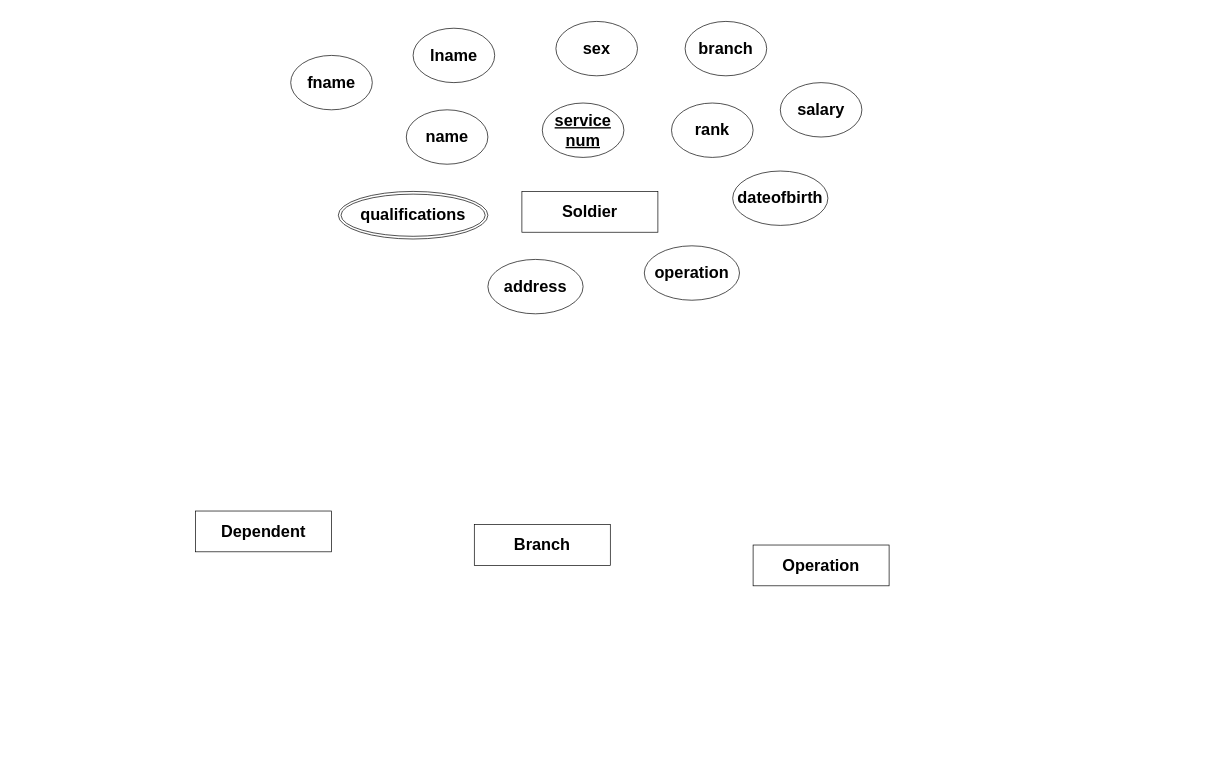
Before: ER_diagram.drawio in powerm9/InfoManCa, a draw.io diagram. Source tidied: cells renumbered, new cells numbered last; positions are measured from the earlier drawing's top-left corner, leaving out a move shared by most shapes. Both pictures are drawn from the tidied source at 68%, with x=0, y=0 at pixel (195, 21).
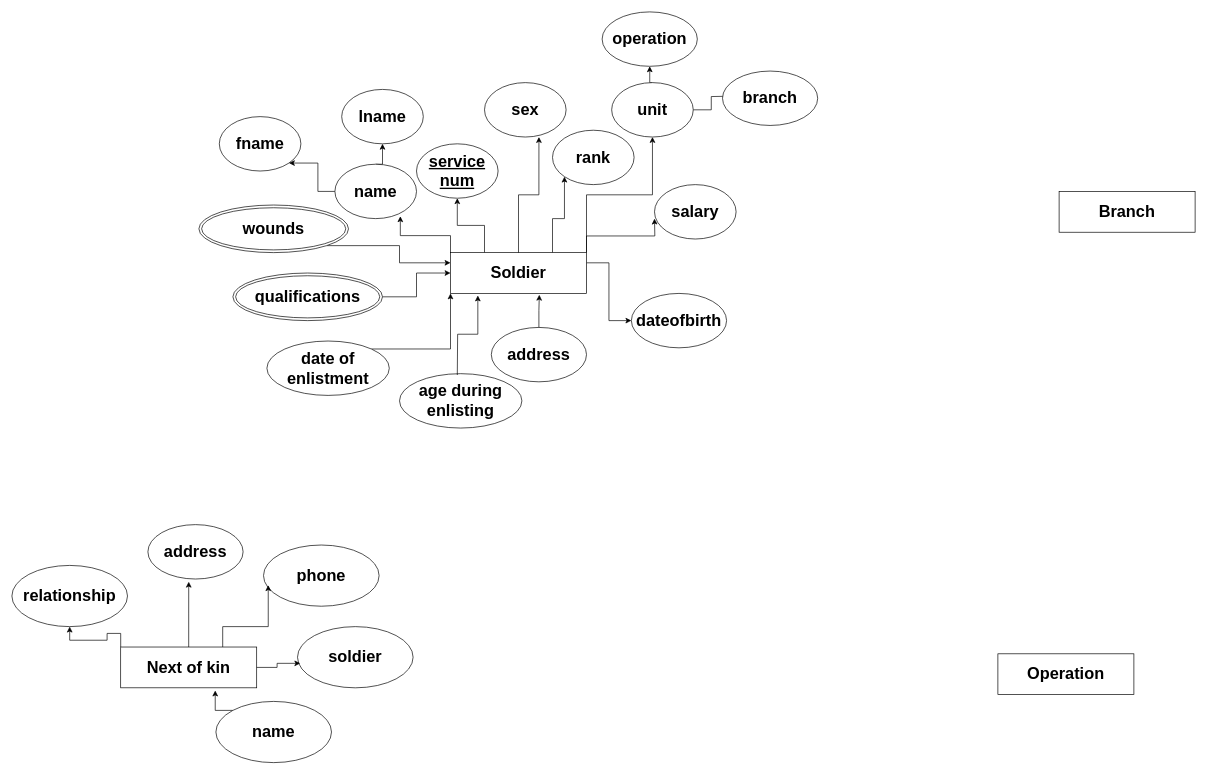
After the change.

Diff of the diagram source:
```diff
@@
+    <mxCell id="19" style="edgeStyle=orthogonalEdgeStyle;rounded=0;jettySize=auto;html=1;exitX=0.25;exitY=0;exitDx=0;exitDy=0;" parent="1" edge="1" source="2" target="10">
+      <mxGeometry relative="1" as="geometry" />
+    </mxCell>
+    <mxCell id="20" style="edgeStyle=orthogonalEdgeStyle;rounded=0;jettySize=auto;html=1;exitX=0.75;exitY=0;exitDx=0;exitDy=0;entryX=0;entryY=1;entryDx=0;entryDy=0;" parent="1" edge="1" source="2" target="11">
+      <mxGeometry relative="1" as="geometry" />
+    </mxCell>
+    <mxCell id="21" style="edgeStyle=orthogonalEdgeStyle;rounded=0;jettySize=auto;html=1;exitX=1;exitY=0;exitDx=0;exitDy=0;entryX=0.5;entryY=1;entryDx=0;entryDy=0;" parent="1" edge="1" source="2" target="13">
+      <mxGeometry relative="1" as="geometry" />
+    </mxCell>
+    <mxCell id="22" style="edgeStyle=orthogonalEdgeStyle;rounded=0;jettySize=auto;html=1;exitX=1;exitY=0.25;exitDx=0;exitDy=0;entryX=0;entryY=0.5;entryDx=0;entryDy=0;" parent="1" edge="1" source="2" target="15">
+      <mxGeometry relative="1" as="geometry" />
+    </mxCell>
+    <mxCell id="23" style="edgeStyle=orthogonalEdgeStyle;rounded=0;jettySize=auto;html=1;exitX=1;exitY=0;exitDx=0;exitDy=0;" parent="1" edge="1" source="2">
+      <mxGeometry relative="1" as="geometry">
+        <mxPoint x="675" y="290" as="targetPoint" />
+      </mxGeometry>
+    </mxCell>
-    <mxCell id="2" value="&lt;h1&gt;Soldier&lt;br&gt;&lt;/h1&gt;" style="rounded=0;whiteSpace=wrap;html=1;" parent="1" vertex="1">
-      <mxGeometry x="480" y="250" width="200" height="60" as="geometry" />
+    <mxCell id="2" value="&lt;h1&gt;Soldier&lt;br&gt;&lt;/h1&gt;" style="rounded=0;whiteSpace=wrap;html=1;fontStyle=1;" parent="1" vertex="1">
+      <mxGeometry x="375" y="340" width="200" height="60" as="geometry" />
     </mxCell>
     <mxCell id="3" value="&lt;h1&gt;Branch&lt;br&gt;&lt;/h1&gt;" style="rounded=0;whiteSpace=wrap;html=1;" parent="1" vertex="1">
-      <mxGeometry x="410" y="740" width="200" height="60" as="geometry" />
+      <mxGeometry x="1270" y="250" width="200" height="60" as="geometry" />
     </mxCell>
+    <mxCell id="24" style="edgeStyle=orthogonalEdgeStyle;rounded=0;jettySize=auto;html=1;exitX=0;exitY=0;exitDx=0;exitDy=0;entryX=0.5;entryY=1;entryDx=0;entryDy=0;" parent="1" edge="1" source="4" target="30">
+      <mxGeometry relative="1" as="geometry" />
+    </mxCell>
-    <mxCell id="4" value="&lt;h1&gt;Dependent&lt;br&gt;&lt;/h1&gt;" style="rounded=0;whiteSpace=wrap;html=1;" parent="1" vertex="1">
-      <mxGeometry y="720" width="200" height="60" as="geometry" />
+    <mxCell id="4" value="&lt;h1&gt;Next of kin&lt;br&gt;&lt;/h1&gt;" style="rounded=0;whiteSpace=wrap;html=1;" parent="1" vertex="1">
+      <mxGeometry x="-110" y="920" width="200" height="60" as="geometry" />
     </mxCell>
     <mxCell id="5" value="&lt;h1&gt;Operation&lt;br&gt;&lt;/h1&gt;" style="rounded=0;whiteSpace=wrap;html=1;" parent="1" vertex="1">
-      <mxGeometry x="820" y="770" width="200" height="60" as="geometry" />
+      <mxGeometry x="1180" y="930" width="200" height="60" as="geometry" />
     </mxCell>
     <mxCell id="6" value="&lt;h1&gt;fname&lt;br&gt;&lt;/h1&gt;" style="ellipse;whiteSpace=wrap;html=1;" parent="1" vertex="1">
-      <mxGeometry x="140" y="50" width="120" height="80" as="geometry" />
+      <mxGeometry x="35" y="140" width="120" height="80" as="geometry" />
     </mxCell>
+    <mxCell id="25" style="edgeStyle=orthogonalEdgeStyle;rounded=0;jettySize=auto;html=1;exitX=0;exitY=0.5;exitDx=0;exitDy=0;entryX=1;entryY=1;entryDx=0;entryDy=0;" parent="1" edge="1" source="7" target="6">
+      <mxGeometry relative="1" as="geometry" />
+    </mxCell>
+    <mxCell id="26" style="edgeStyle=orthogonalEdgeStyle;rounded=0;jettySize=auto;html=1;exitX=0.5;exitY=0;exitDx=0;exitDy=0;entryX=0.5;entryY=1;entryDx=0;entryDy=0;" parent="1" edge="1" source="7" target="9">
+      <mxGeometry relative="1" as="geometry" />
+    </mxCell>
     <mxCell id="7" value="&lt;h1&gt;name&lt;br&gt;&lt;/h1&gt;" style="ellipse;whiteSpace=wrap;html=1;" parent="1" vertex="1">
-      <mxGeometry x="310" y="130" width="120" height="80" as="geometry" />
+      <mxGeometry x="205" y="210" width="120" height="80" as="geometry" />
     </mxCell>
@@
     <mxCell id="9" value="&lt;h1&gt;lname&lt;br&gt;&lt;/h1&gt;" style="ellipse;whiteSpace=wrap;html=1;" parent="1" vertex="1">
-      <mxGeometry x="320" y="10" width="120" height="80" as="geometry" />
+      <mxGeometry x="215" y="100" width="120" height="80" as="geometry" />
     </mxCell>
     <mxCell id="10" value="&lt;h1&gt;&lt;u&gt;service num&lt;/u&gt;&lt;br&gt;&lt;/h1&gt;" style="ellipse;whiteSpace=wrap;html=1;" parent="1" vertex="1">
-      <mxGeometry x="510" y="120" width="120" height="80" as="geometry" />
+      <mxGeometry x="325" y="180" width="120" height="80" as="geometry" />
     </mxCell>
     <mxCell id="11" value="&lt;h1&gt;rank&lt;br&gt;&lt;/h1&gt;" style="ellipse;whiteSpace=wrap;html=1;" parent="1" vertex="1">
-      <mxGeometry x="700" y="120" width="120" height="80" as="geometry" />
+      <mxGeometry x="525" y="160" width="120" height="80" as="geometry" />
     </mxCell>
     <mxCell id="12" value="&lt;h1&gt;sex&lt;br&gt;&lt;/h1&gt;" style="ellipse;whiteSpace=wrap;html=1;" parent="1" vertex="1">
-      <mxGeometry x="530" width="120" height="80" as="geometry" />
+      <mxGeometry x="425" y="90" width="120" height="80" as="geometry" />
     </mxCell>
+    <mxCell id="27" style="edgeStyle=orthogonalEdgeStyle;rounded=0;jettySize=auto;html=1;exitX=1;exitY=0.5;exitDx=0;exitDy=0;entryX=0;entryY=0.5;entryDx=0;entryDy=0;" parent="1" edge="1" source="13">
+      <mxGeometry relative="1" as="geometry">
+        <mxPoint x="785" y="110" as="targetPoint" />
+      </mxGeometry>
+    </mxCell>
+    <mxCell id="28" style="edgeStyle=orthogonalEdgeStyle;rounded=0;jettySize=auto;html=1;exitX=0.5;exitY=0;exitDx=0;exitDy=0;entryX=0.5;entryY=1;entryDx=0;entryDy=0;" parent="1" edge="1" source="13" target="16">
+      <mxGeometry relative="1" as="geometry" />
+    </mxCell>
-    <mxCell id="13" value="&lt;h1&gt;branch&lt;br&gt;&lt;/h1&gt;" style="ellipse;whiteSpace=wrap;html=1;" parent="1" vertex="1">
-      <mxGeometry x="720" width="120" height="80" as="geometry" />
+    <mxCell id="13" value="&lt;h1&gt;unit&lt;br&gt;&lt;/h1&gt;" style="ellipse;whiteSpace=wrap;html=1;" parent="1" vertex="1">
+      <mxGeometry x="612" y="90" width="120" height="80" as="geometry" />
     </mxCell>
     <mxCell id="14" value="&lt;h1&gt;salary&lt;br&gt;&lt;/h1&gt;" style="ellipse;whiteSpace=wrap;html=1;" parent="1" vertex="1">
-      <mxGeometry x="860" y="90" width="120" height="80" as="geometry" />
+      <mxGeometry x="675" y="240" width="120" height="80" as="geometry" />
     </mxCell>
     <mxCell id="15" value="&lt;h1&gt;dateofbirth&lt;br&gt;&lt;/h1&gt;" style="ellipse;whiteSpace=wrap;html=1;" parent="1" vertex="1">
-      <mxGeometry x="790" y="220" width="140" height="80" as="geometry" />
+      <mxGeometry x="641" y="400" width="140" height="80" as="geometry" />
     </mxCell>
+    <mxCell id="17" value="&lt;h1&gt;address&lt;br&gt;&lt;/h1&gt;" style="ellipse;whiteSpace=wrap;html=1;" parent="1" vertex="1">
+      <mxGeometry x="435" y="450" width="140" height="80" as="geometry" />
+    </mxCell>
+    <mxCell id="29" style="edgeStyle=orthogonalEdgeStyle;rounded=0;jettySize=auto;html=1;exitX=1;exitY=0.5;exitDx=0;exitDy=0;" parent="1" edge="1" source="18" target="2">
+      <mxGeometry relative="1" as="geometry" />
+    </mxCell>
+    <mxCell id="18" value="&lt;h1&gt;qualifications&lt;br&gt;&lt;/h1&gt;" style="ellipse;shape=doubleEllipse;whiteSpace=wrap;html=1;" parent="1" vertex="1">
+      <mxGeometry x="55" y="370" width="220" height="70" as="geometry" />
+    </mxCell>
+    <mxCell id="30" value="&lt;h1&gt;relationship&lt;br&gt;&lt;/h1&gt;" style="ellipse;whiteSpace=wrap;html=1;" parent="1" vertex="1">
+      <mxGeometry x="-270" y="800" width="170" height="90" as="geometry" />
+    </mxCell>
+    <mxCell id="31" value="&lt;h1&gt;address&lt;br&gt;&lt;/h1&gt;" style="ellipse;whiteSpace=wrap;html=1;" parent="1" vertex="1">
+      <mxGeometry x="-70" y="740" width="140" height="80" as="geometry" />
+    </mxCell>
+    <mxCell id="32" value="&lt;h1&gt;phone&lt;br&gt;&lt;/h1&gt;" style="ellipse;whiteSpace=wrap;html=1;" parent="1" vertex="1">
+      <mxGeometry x="100" y="770" width="170" height="90" as="geometry" />
+    </mxCell>
+    <mxCell id="33" value="&lt;h1&gt;soldier&lt;br&gt;&lt;/h1&gt;" style="ellipse;whiteSpace=wrap;html=1;" parent="1" vertex="1">
+      <mxGeometry x="150" y="890" width="170" height="90" as="geometry" />
+    </mxCell>
+    <mxCell id="34" style="edgeStyle=orthogonalEdgeStyle;rounded=0;jettySize=auto;html=1;exitX=0;exitY=0;exitDx=0;exitDy=0;" parent="1" edge="1" source="35">
+      <mxGeometry relative="1" as="geometry">
+        <mxPoint x="29" y="984" as="targetPoint" />
+      </mxGeometry>
+    </mxCell>
+    <mxCell id="35" value="&lt;h1&gt;name&lt;br&gt;&lt;/h1&gt;" style="ellipse;whiteSpace=wrap;html=1;" parent="1" vertex="1">
+      <mxGeometry x="30" y="1000" width="170" height="90" as="geometry" />
+    </mxCell>
+    <mxCell id="36" style="edgeStyle=orthogonalEdgeStyle;rounded=0;jettySize=auto;html=1;exitX=1;exitY=0;exitDx=0;exitDy=0;entryX=0;entryY=1;entryDx=0;entryDy=0;" parent="1" edge="1" source="37" target="2">
+      <mxGeometry relative="1" as="geometry" />
+    </mxCell>
+    <mxCell id="37" value="&lt;h1&gt;date of enlistment&lt;br&gt;&lt;/h1&gt;" style="ellipse;whiteSpace=wrap;html=1;" parent="1" vertex="1">
+      <mxGeometry x="105" y="470" width="180" height="80" as="geometry" />
+    </mxCell>
+    <mxCell id="38" value="&lt;h1&gt;age during enlisting&lt;br&gt;&lt;/h1&gt;" style="ellipse;whiteSpace=wrap;html=1;" parent="1" vertex="1">
+      <mxGeometry x="300" y="518" width="180" height="80" as="geometry" />
+    </mxCell>
+    <mxCell id="39" style="edgeStyle=orthogonalEdgeStyle;rounded=0;jettySize=auto;html=1;exitX=1;exitY=1;exitDx=0;exitDy=0;entryX=0;entryY=0.25;entryDx=0;entryDy=0;" parent="1" edge="1" source="40" target="2">
+      <mxGeometry relative="1" as="geometry" />
+    </mxCell>
+    <mxCell id="40" value="&lt;h1&gt;wounds&lt;br&gt;&lt;/h1&gt;" style="ellipse;shape=doubleEllipse;whiteSpace=wrap;html=1;" parent="1" vertex="1">
+      <mxGeometry x="5" y="270" width="220" height="70" as="geometry" />
+    </mxCell>
+    <mxCell id="41" style="edgeStyle=orthogonalEdgeStyle;rounded=0;jettySize=auto;html=1;exitX=0.5;exitY=0;exitDx=0;exitDy=0;entryX=0.201;entryY=1.051;entryDx=0;entryDy=0;entryPerimeter=0;" parent="1" edge="1" target="2">
+      <mxGeometry relative="1" as="geometry">
+        <mxPoint x="385" y="520" as="sourcePoint" />
+      </mxGeometry>
+    </mxCell>
+    <mxCell id="42" style="edgeStyle=orthogonalEdgeStyle;rounded=0;jettySize=auto;html=1;exitX=0.5;exitY=0;exitDx=0;exitDy=0;entryX=0.653;entryY=1.033;entryDx=0;entryDy=0;entryPerimeter=0;" parent="1" edge="1" source="17" target="2">
+      <mxGeometry relative="1" as="geometry" />
+    </mxCell>
+    <mxCell id="43" style="edgeStyle=orthogonalEdgeStyle;rounded=0;jettySize=auto;html=1;exitX=0;exitY=0;exitDx=0;exitDy=0;entryX=0.802;entryY=0.957;entryDx=0;entryDy=0;entryPerimeter=0;" parent="1" edge="1" source="2" target="7">
+      <mxGeometry relative="1" as="geometry" />
+    </mxCell>
+    <mxCell id="44" style="edgeStyle=orthogonalEdgeStyle;rounded=0;jettySize=auto;html=1;exitX=0.5;exitY=0;exitDx=0;exitDy=0;entryX=0.667;entryY=1;entryDx=0;entryDy=0;entryPerimeter=0;" parent="1" edge="1" source="2" target="12">
+      <mxGeometry relative="1" as="geometry" />
+    </mxCell>
+    <mxCell id="45" value="&lt;h1&gt;branch&lt;br&gt;&lt;/h1&gt;" style="ellipse;whiteSpace=wrap;html=1;" parent="1" vertex="1">
+      <mxGeometry x="775" y="73" width="140" height="80" as="geometry" />
+    </mxCell>
     <mxCell id="16" value="&lt;h1&gt;operation&lt;br&gt;&lt;/h1&gt;" style="ellipse;whiteSpace=wrap;html=1;" parent="1" vertex="1">
-      <mxGeometry x="660" y="330" width="140" height="80" as="geometry" />
+      <mxGeometry x="598" y="-14" width="140" height="80" as="geometry" />
     </mxCell>
-    <mxCell id="17" value="&lt;h1&gt;address&lt;br&gt;&lt;/h1&gt;" style="ellipse;whiteSpace=wrap;html=1;" parent="1" vertex="1">
-      <mxGeometry x="430" y="350" width="140" height="80" as="geometry" />
-    </mxCell>
-    <mxCell id="18" value="&lt;h1&gt;qualifications&lt;br&gt;&lt;/h1&gt;" style="ellipse;shape=doubleEllipse;whiteSpace=wrap;html=1;" parent="1" vertex="1">
-      <mxGeometry x="210" y="250" width="220" height="70" as="geometry" />
-    </mxCell>
+    <mxCell id="46" style="edgeStyle=orthogonalEdgeStyle;rounded=0;jettySize=auto;html=1;exitX=0.5;exitY=0;exitDx=0;exitDy=0;entryX=0.429;entryY=1.05;entryDx=0;entryDy=0;entryPerimeter=0;" parent="1" edge="1" source="4" target="31">
+      <mxGeometry relative="1" as="geometry" />
+    </mxCell>
+    <mxCell id="47" style="edgeStyle=orthogonalEdgeStyle;rounded=0;jettySize=auto;html=1;exitX=0.75;exitY=0;exitDx=0;exitDy=0;entryX=0.041;entryY=0.656;entryDx=0;entryDy=0;entryPerimeter=0;" parent="1" edge="1" source="4" target="32">
+      <mxGeometry relative="1" as="geometry" />
+    </mxCell>
+    <mxCell id="48" style="edgeStyle=orthogonalEdgeStyle;rounded=0;jettySize=auto;html=1;exitX=1;exitY=0.5;exitDx=0;exitDy=0;entryX=0.024;entryY=0.6;entryDx=0;entryDy=0;entryPerimeter=0;" parent="1" edge="1" source="4" target="33">
+      <mxGeometry relative="1" as="geometry" />
+    </mxCell>
```
